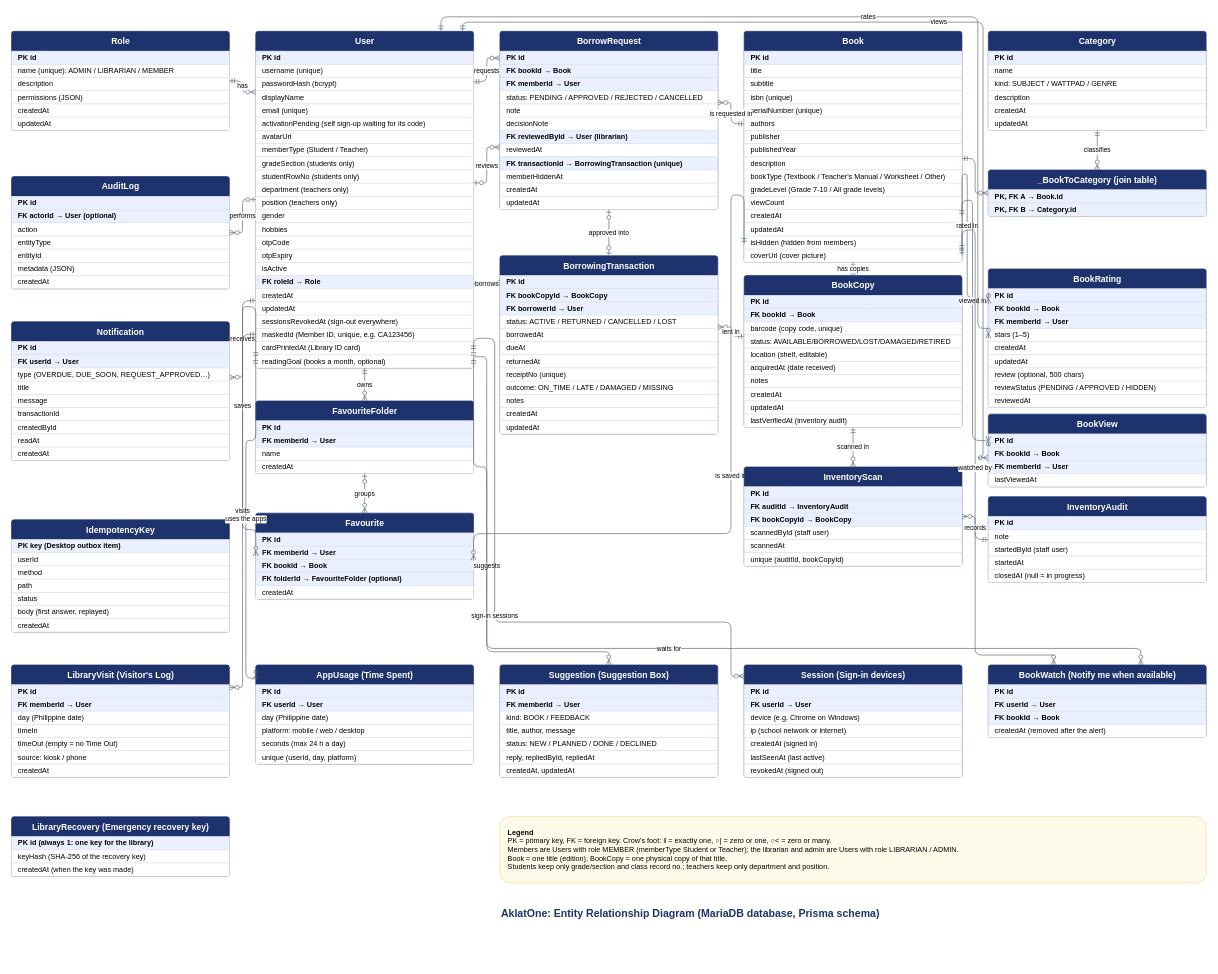
Above: docs/diagrams/AklatOne-ERD.drawio in Flynchmore/TNHS-AklatOne (draw.io), before the change. Source tidied: cells renumbered, new cells numbered last; positions are measured from the earlier drawing's top-left corner, leaving out a move shared by most shapes. Both pictures are drawn from the tidied source at 66%, with x=0, y=0 at pixel (11, 16).
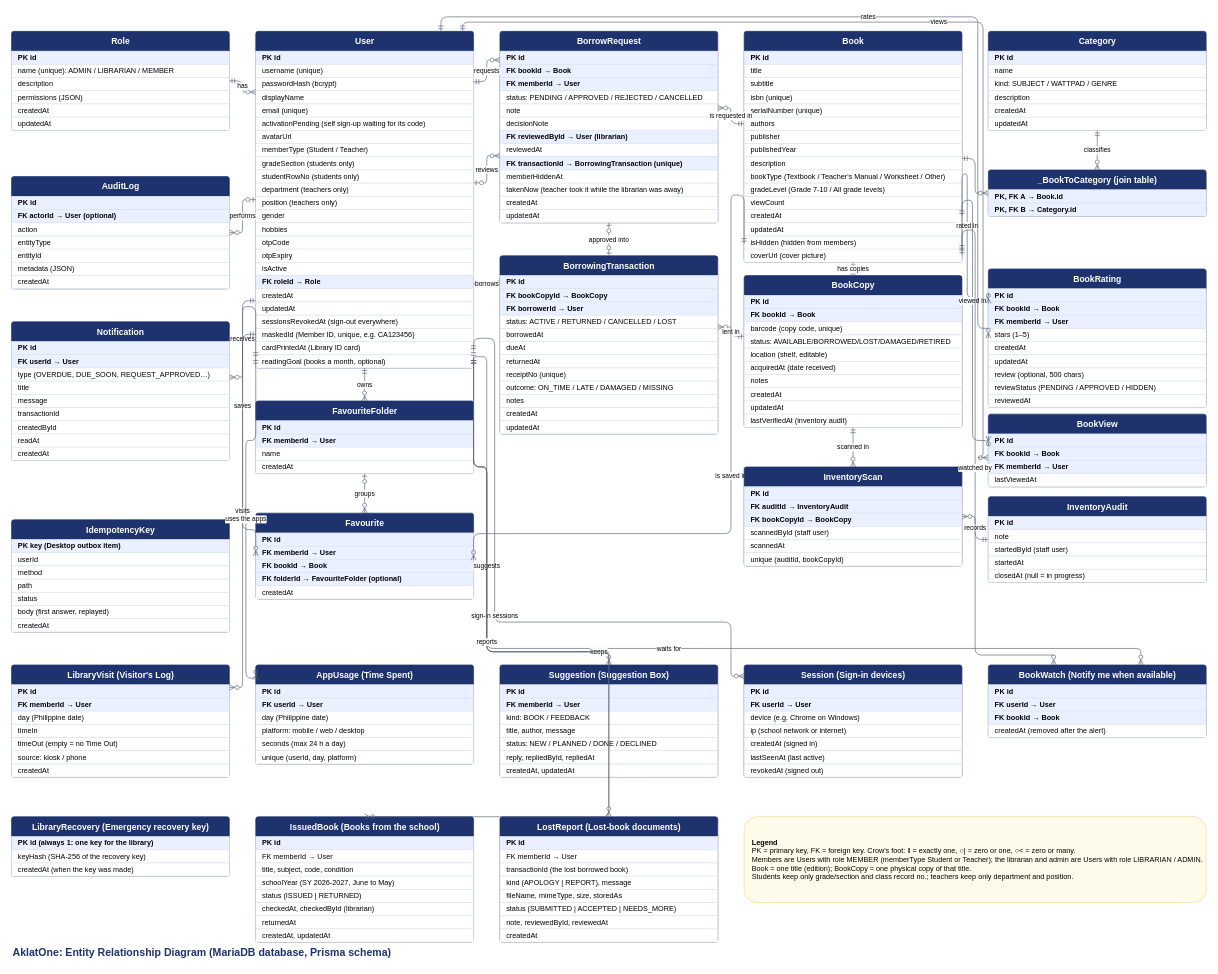
Above is the later version.

Unchanged cells that the change refers to:
```xml
<mxCell id="27" value="User" style="swimlane;fontStyle=1;horizontal=1;startSize=30;fillColor=#1E326D;fontColor=#FFFFFF;strokeColor=#1E326D;rounded=1;arcSize=4;fontSize=13;html=1;" parent="1" vertex="1">
  <mxGeometry x="370" y="22" width="330" height="510" as="geometry" />
</mxCell>
```

Change to the diagram source:
```diff
@@
     <mxCell id="59" value="BorrowRequest" style="swimlane;fontStyle=1;horizontal=1;startSize=30;fillColor=#1E326D;fontColor=#FFFFFF;strokeColor=#1E326D;rounded=1;arcSize=4;fontSize=13;html=1;" parent="1" vertex="1">
-      <mxGeometry x="740" y="22" width="330" height="270" as="geometry" />
+      <mxGeometry x="740" y="22" width="330" height="290" as="geometry" />
     </mxCell>
@@
+    <mxCell id="233" value="takenNow (teacher took it while the librarian was away)" style="text;strokeColor=#DCE3F0;fillColor=#FFFFFF;align=left;verticalAlign=middle;spacingLeft=8;fontSize=11;html=1;whiteSpace=wrap;" parent="59" vertex="1">
+      <mxGeometry y="230" width="330" height="20" as="geometry" />
+    </mxCell>
     <mxCell id="70" value="createdAt" style="text;strokeColor=#DCE3F0;fillColor=#FFFFFF;align=left;verticalAlign=middle;spacingLeft=8;fontSize=11;html=1;whiteSpace=wrap;" parent="59" vertex="1">
-      <mxGeometry y="230" width="330" height="20" as="geometry" />
+      <mxGeometry y="250" width="330" height="20" as="geometry" />
     </mxCell>
     <mxCell id="71" value="updatedAt" style="text;strokeColor=#DCE3F0;fillColor=#FFFFFF;align=left;verticalAlign=middle;spacingLeft=8;fontSize=11;html=1;whiteSpace=wrap;" parent="59" vertex="1">
-      <mxGeometry y="250" width="330" height="20" as="geometry" />
+      <mxGeometry y="270" width="330" height="20" as="geometry" />
     </mxCell>
@@
     <mxCell id="155" value="&lt;b&gt;Legend&lt;/b&gt;&lt;br&gt;PK = primary key, FK = foreign key. Crow's foot: ‖ = exactly one, ○| = zero or one, ○&amp;lt; = zero or many.&lt;br&gt;Members are Users with role MEMBER (memberType Student or Teacher); the librarian and admin are Users with role LIBRARIAN / ADMIN.&lt;br&gt;Book = one title (edition); BookCopy = one physical copy of that title.&lt;br&gt;Students keep only grade/section and class record no.; teachers keep only department and position." style="rounded=1;whiteSpace=wrap;html=1;fillColor=#FFFBEB;strokeColor=#F5D78E;align=left;spacingLeft=10;fontSize=11;" parent="1" vertex="1">
-      <mxGeometry x="740" y="1212" width="1070" height="100" as="geometry" />
+      <mxGeometry x="1110" y="1212" width="700" height="130" as="geometry" />
     </mxCell>
     <mxCell id="156" value="AklatOne: Entity Relationship Diagram (MariaDB database, Prisma schema)" style="text;html=1;fontSize=16;fontStyle=1;fontColor=#1E326D;" parent="1" vertex="1">
-      <mxGeometry x="740" y="1342" width="900" height="30" as="geometry" />
+      <mxGeometry y="1402" width="900" height="30" as="geometry" />
     </mxCell>
@@
+    <mxCell id="234" value="IssuedBook (Books from the school)" style="swimlane;fontStyle=1;horizontal=1;startSize=30;fillColor=#1E326D;fontColor=#FFFFFF;strokeColor=#1E326D;rounded=1;arcSize=4;fontSize=13;html=1;" parent="1" vertex="1">
+      <mxGeometry x="370" y="1212" width="330" height="190" as="geometry" />
+    </mxCell>
+    <mxCell id="235" value="PK  id" style="text;strokeColor=#DCE3F0;fillColor=#FFFFFF;align=left;verticalAlign=middle;spacingLeft=8;fontSize=11;html=1;whiteSpace=wrap;fontStyle=1;fillColor=#EAF0FF;" parent="234" vertex="1">
+      <mxGeometry y="30" width="330" height="20" as="geometry" />
+    </mxCell>
+    <mxCell id="236" value="FK  memberId → User" style="text;strokeColor=#DCE3F0;fillColor=#FFFFFF;align=left;verticalAlign=middle;spacingLeft=8;fontSize=11;html=1;whiteSpace=wrap;" parent="234" vertex="1">
+      <mxGeometry y="50" width="330" height="20" as="geometry" />
+    </mxCell>
+    <mxCell id="237" value="title, subject, code, condition" style="text;strokeColor=#DCE3F0;fillColor=#FFFFFF;align=left;verticalAlign=middle;spacingLeft=8;fontSize=11;html=1;whiteSpace=wrap;" parent="234" vertex="1">
+      <mxGeometry y="70" width="330" height="20" as="geometry" />
+    </mxCell>
+    <mxCell id="238" value="schoolYear (SY 2026-2027, June to May)" style="text;strokeColor=#DCE3F0;fillColor=#FFFFFF;align=left;verticalAlign=middle;spacingLeft=8;fontSize=11;html=1;whiteSpace=wrap;" parent="234" vertex="1">
+      <mxGeometry y="90" width="330" height="20" as="geometry" />
+    </mxCell>
+    <mxCell id="239" value="status (ISSUED | RETURNED)" style="text;strokeColor=#DCE3F0;fillColor=#FFFFFF;align=left;verticalAlign=middle;spacingLeft=8;fontSize=11;html=1;whiteSpace=wrap;" parent="234" vertex="1">
+      <mxGeometry y="110" width="330" height="20" as="geometry" />
+    </mxCell>
+    <mxCell id="240" value="checkedAt, checkedById (librarian)" style="text;strokeColor=#DCE3F0;fillColor=#FFFFFF;align=left;verticalAlign=middle;spacingLeft=8;fontSize=11;html=1;whiteSpace=wrap;" parent="234" vertex="1">
+      <mxGeometry y="130" width="330" height="20" as="geometry" />
+    </mxCell>
+    <mxCell id="241" value="returnedAt" style="text;strokeColor=#DCE3F0;fillColor=#FFFFFF;align=left;verticalAlign=middle;spacingLeft=8;fontSize=11;html=1;whiteSpace=wrap;" parent="234" vertex="1">
+      <mxGeometry y="150" width="330" height="20" as="geometry" />
+    </mxCell>
+    <mxCell id="242" value="createdAt, updatedAt" style="text;strokeColor=#DCE3F0;fillColor=#FFFFFF;align=left;verticalAlign=middle;spacingLeft=8;fontSize=11;html=1;whiteSpace=wrap;" parent="234" vertex="1">
+      <mxGeometry y="170" width="330" height="20" as="geometry" />
+    </mxCell>
+    <mxCell id="243" value="LostReport (Lost-book documents)" style="swimlane;fontStyle=1;horizontal=1;startSize=30;fillColor=#1E326D;fontColor=#FFFFFF;strokeColor=#1E326D;rounded=1;arcSize=4;fontSize=13;html=1;" parent="1" vertex="1">
+      <mxGeometry x="740" y="1212" width="330" height="190" as="geometry" />
+    </mxCell>
+    <mxCell id="244" value="PK  id" style="text;strokeColor=#DCE3F0;fillColor=#FFFFFF;align=left;verticalAlign=middle;spacingLeft=8;fontSize=11;html=1;whiteSpace=wrap;fontStyle=1;fillColor=#EAF0FF;" parent="243" vertex="1">
+      <mxGeometry y="30" width="330" height="20" as="geometry" />
+    </mxCell>
+    <mxCell id="245" value="FK  memberId → User" style="text;strokeColor=#DCE3F0;fillColor=#FFFFFF;align=left;verticalAlign=middle;spacingLeft=8;fontSize=11;html=1;whiteSpace=wrap;" parent="243" vertex="1">
+      <mxGeometry y="50" width="330" height="20" as="geometry" />
+    </mxCell>
+    <mxCell id="246" value="transactionId (the lost borrowed book)" style="text;strokeColor=#DCE3F0;fillColor=#FFFFFF;align=left;verticalAlign=middle;spacingLeft=8;fontSize=11;html=1;whiteSpace=wrap;" parent="243" vertex="1">
+      <mxGeometry y="70" width="330" height="20" as="geometry" />
+    </mxCell>
+    <mxCell id="247" value="kind (APOLOGY | REPORT), message" style="text;strokeColor=#DCE3F0;fillColor=#FFFFFF;align=left;verticalAlign=middle;spacingLeft=8;fontSize=11;html=1;whiteSpace=wrap;" parent="243" vertex="1">
+      <mxGeometry y="90" width="330" height="20" as="geometry" />
+    </mxCell>
+    <mxCell id="248" value="fileName, mimeType, size, storedAs" style="text;strokeColor=#DCE3F0;fillColor=#FFFFFF;align=left;verticalAlign=middle;spacingLeft=8;fontSize=11;html=1;whiteSpace=wrap;" parent="243" vertex="1">
+      <mxGeometry y="110" width="330" height="20" as="geometry" />
+    </mxCell>
+    <mxCell id="249" value="status (SUBMITTED | ACCEPTED | NEEDS_MORE)" style="text;strokeColor=#DCE3F0;fillColor=#FFFFFF;align=left;verticalAlign=middle;spacingLeft=8;fontSize=11;html=1;whiteSpace=wrap;" parent="243" vertex="1">
+      <mxGeometry y="130" width="330" height="20" as="geometry" />
+    </mxCell>
+    <mxCell id="250" value="note, reviewedById, reviewedAt" style="text;strokeColor=#DCE3F0;fillColor=#FFFFFF;align=left;verticalAlign=middle;spacingLeft=8;fontSize=11;html=1;whiteSpace=wrap;" parent="243" vertex="1">
+      <mxGeometry y="150" width="330" height="20" as="geometry" />
+    </mxCell>
+    <mxCell id="251" value="createdAt" style="text;strokeColor=#DCE3F0;fillColor=#FFFFFF;align=left;verticalAlign=middle;spacingLeft=8;fontSize=11;html=1;whiteSpace=wrap;" parent="243" vertex="1">
+      <mxGeometry y="170" width="330" height="20" as="geometry" />
+    </mxCell>
+    <mxCell id="252" value="keeps" style="edgeStyle=orthogonalEdgeStyle;rounded=1;html=1;fontSize=10;startFill=0;endFill=0;strokeColor=#5B6578;labelBackgroundColor=#FFFFFF;startArrow=ERmandOne;endArrow=ERzeroToMany;exitX=1;exitY=0.97;entryX=0.5;entryY=0;" parent="1" edge="1" source="27" target="234">
+      <mxGeometry relative="1" as="geometry">
+        <Array as="points">
+          <mxPoint x="720" y="682" />
+          <mxPoint x="720" y="962" />
+          <mxPoint x="905" y="962" />
+        </Array>
+      </mxGeometry>
+    </mxCell>
+    <mxCell id="253" value="reports" style="edgeStyle=orthogonalEdgeStyle;rounded=1;html=1;fontSize=10;startFill=0;endFill=0;strokeColor=#5B6578;labelBackgroundColor=#FFFFFF;startArrow=ERmandOne;endArrow=ERzeroToMany;exitX=1;exitY=0.97;entryX=0.5;entryY=0;" parent="1" edge="1" source="27" target="243">
+      <mxGeometry relative="1" as="geometry">
+        <Array as="points">
+          <mxPoint x="720" y="682" />
+          <mxPoint x="720" y="962" />
+          <mxPoint x="905" y="962" />
+        </Array>
+      </mxGeometry>
+    </mxCell>
```
